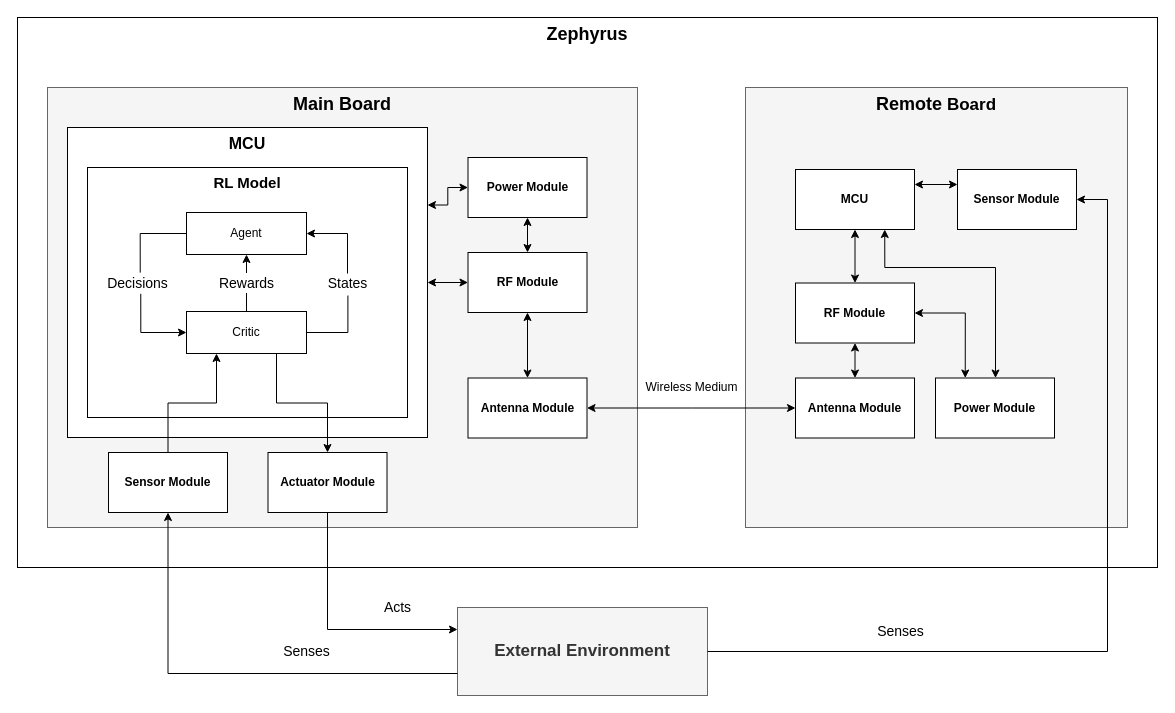
This is page "SYS_OV_P1" (1 of 2) of 2. Analysis/1. System Overview/sys_overview.drawio from esrg-silent-howl/zephyrus, a draw.io file, before an edit. Source tidied: cells renumbered, new cells numbered last; positions are measured from the earlier drawing's top-left corner, leaving out a move shared by most shapes. Both pictures are drawn from the tidied source at 100%, with x=0, y=0 at pixel (17, 17).
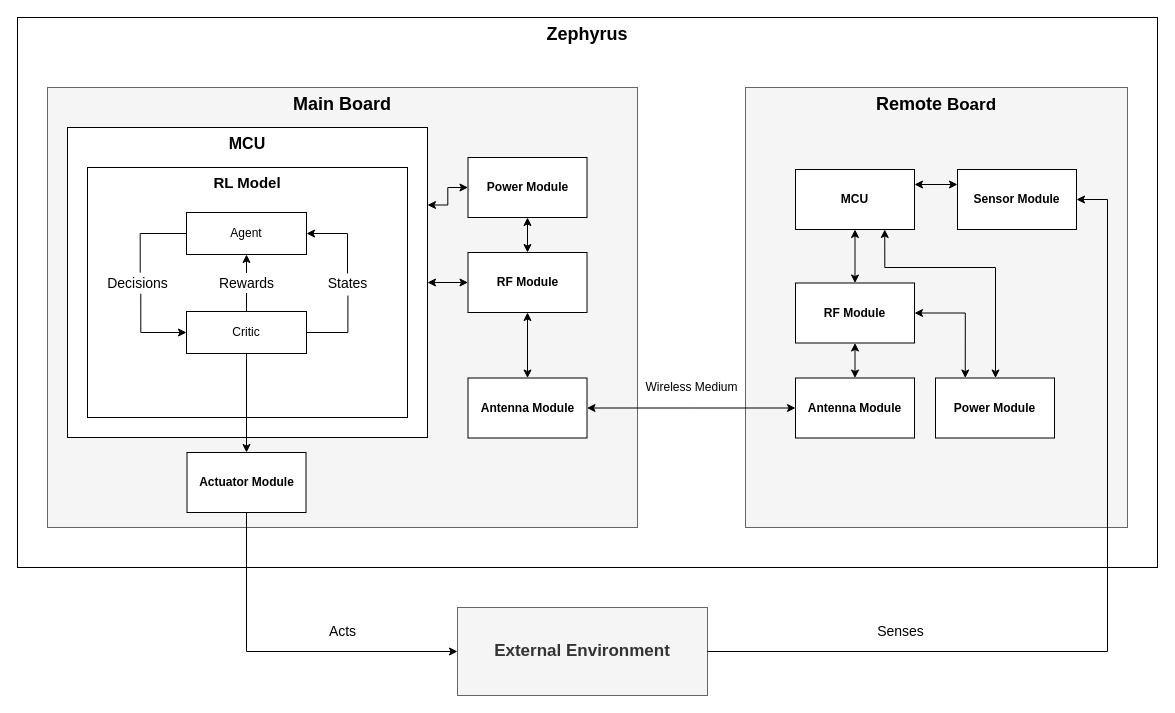
The same page after the edit.

Commit message (it also covers changes not shown here):
UPTD: Fixed small inconsistency in the System Overview Diagram

Unchanged cells that the change refers to:
```xml
<mxCell id="9" value="&lt;span style=&quot;font-size: 17px&quot;&gt;&lt;b&gt;External Environment&lt;/b&gt;&lt;/span&gt;" style="rounded=0;whiteSpace=wrap;html=1;fillColor=#f5f5f5;strokeColor=#666666;fontColor=#333333;" parent="1" vertex="1">
  <mxGeometry x="440" y="590" width="250" height="88" as="geometry" />
</mxCell>
<mxCell id="15" value="Critic" style="rounded=0;whiteSpace=wrap;html=1;" parent="1" vertex="1">
  <mxGeometry x="169" y="294" width="120" height="42" as="geometry" />
</mxCell>
```

Diff of the diagram source:
```diff
@@
-    <mxCell id="12" value="&lt;font style=&quot;font-size: 14px&quot;&gt;Senses&lt;/font&gt;" style="text;html=1;align=center;verticalAlign=middle;" parent="1" vertex="1">
-      <mxGeometry x="259" y="624" width="60" height="20" as="geometry" />
-    </mxCell>
@@
     <mxCell id="18" value="&lt;font style=&quot;font-size: 14px&quot;&gt;Acts&lt;br&gt;&lt;/font&gt;" style="text;html=1;align=center;verticalAlign=middle;" parent="1" vertex="1">
-      <mxGeometry x="360" y="580" width="40" height="20" as="geometry" />
+      <mxGeometry x="305" y="604" width="40" height="20" as="geometry" />
     </mxCell>
@@
-    <mxCell id="25" style="edgeStyle=orthogonalEdgeStyle;rounded=0;jettySize=auto;html=1;exitX=0.5;exitY=0;exitDx=0;exitDy=0;entryX=0.25;entryY=1;entryDx=0;entryDy=0;startArrow=none;startFill=0;endArrow=classic;endFill=1;" parent="1" edge="1" source="27" target="15">
-      <mxGeometry relative="1" as="geometry" />
-    </mxCell>
-    <mxCell id="26" style="edgeStyle=orthogonalEdgeStyle;rounded=0;jettySize=auto;html=1;exitX=0.5;exitY=1;exitDx=0;exitDy=0;entryX=0;entryY=0.75;entryDx=0;entryDy=0;startArrow=classic;startFill=1;endArrow=none;endFill=0;" parent="1" edge="1" source="27" target="9">
-      <mxGeometry relative="1" as="geometry" />
-    </mxCell>
-    <mxCell id="27" value="&lt;b&gt;Sensor Module&lt;/b&gt;" style="rounded=0;whiteSpace=wrap;html=1;" parent="1" vertex="1">
-      <mxGeometry x="91" y="435" width="119" height="60" as="geometry" />
-    </mxCell>
-    <mxCell id="28" style="edgeStyle=orthogonalEdgeStyle;rounded=0;jettySize=auto;html=1;exitX=0.5;exitY=0;exitDx=0;exitDy=0;entryX=0.75;entryY=1;entryDx=0;entryDy=0;startArrow=classic;startFill=1;endArrow=none;endFill=0;" parent="1" edge="1" source="30" target="15">
+    <mxCell id="28" style="edgeStyle=orthogonalEdgeStyle;rounded=0;jettySize=auto;html=1;exitX=0.5;exitY=0;exitDx=0;exitDy=0;entryX=0.5;entryY=1;entryDx=0;entryDy=0;startArrow=classic;startFill=1;endArrow=none;endFill=0;" parent="1" edge="1" source="30" target="15">
       <mxGeometry relative="1" as="geometry" />
     </mxCell>
-    <mxCell id="29" style="edgeStyle=orthogonalEdgeStyle;rounded=0;jettySize=auto;html=1;exitX=0.5;exitY=1;exitDx=0;exitDy=0;entryX=0;entryY=0.25;entryDx=0;entryDy=0;startArrow=none;startFill=0;endArrow=classic;endFill=1;" parent="1" edge="1" source="30" target="9">
-      <mxGeometry relative="1" as="geometry" />
+    <mxCell id="29" style="edgeStyle=orthogonalEdgeStyle;rounded=0;jettySize=auto;html=1;exitX=0.5;exitY=1;exitDx=0;exitDy=0;entryX=0;entryY=0.5;entryDx=0;entryDy=0;startArrow=none;startFill=0;endArrow=classic;endFill=1;" parent="1" edge="1" source="30" target="9">
+      <mxGeometry relative="1" as="geometry">
+        <Array as="points">
+          <mxPoint x="229" y="634" />
+        </Array>
+      </mxGeometry>
     </mxCell>
     <mxCell id="30" value="&lt;b&gt;Actuator Module&lt;/b&gt;" style="rounded=0;whiteSpace=wrap;html=1;" parent="1" vertex="1">
-      <mxGeometry x="250.5" y="435" width="119" height="60" as="geometry" />
+      <mxGeometry x="169.5" y="435" width="119" height="60" as="geometry" />
     </mxCell>
```
